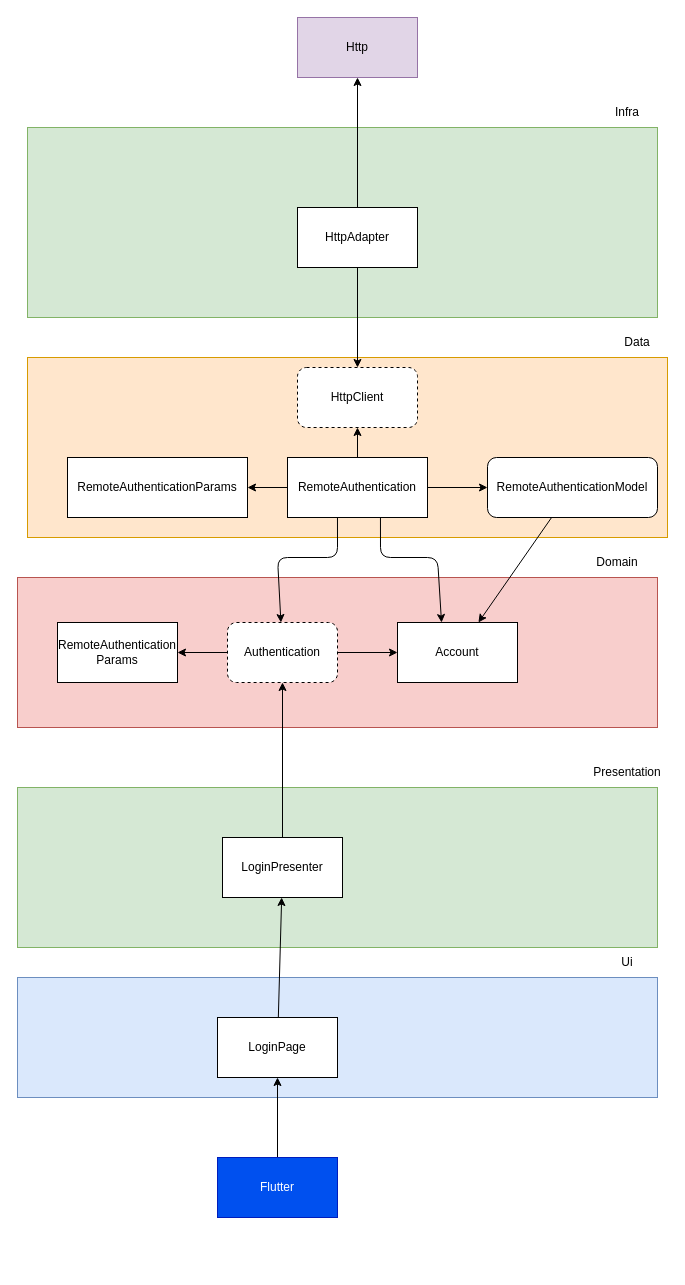
Above: docs/diagram.drawio in Luke0195/clean_flutter (draw.io), before the change. Source tidied: cells renumbered, new cells numbered last; positions are measured from the earlier drawing's top-left corner, leaving out a move shared by most shapes. Both pictures are drawn from the tidied source at 100%, with x=0, y=0 at pixel (17, 17).
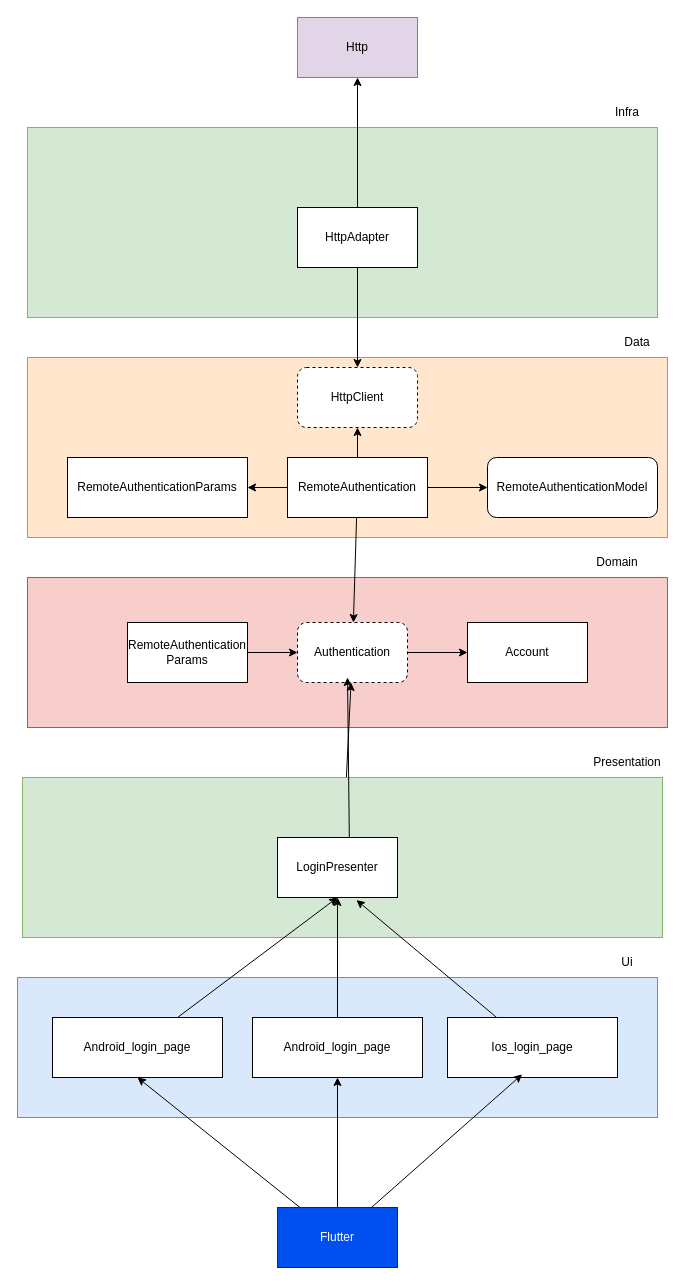
The same diagram, later.

The change refers to these unchanged cells:
```xml
<mxCell id="14" value="RemoteAuthentication" style="rounded=0;whiteSpace=wrap;html=1;" parent="1" vertex="1">
  <mxGeometry x="270" y="440" width="140" height="60" as="geometry" />
</mxCell>
<mxCell id="18" value="RemoteAuthenticationModel" style="rounded=1;whiteSpace=wrap;html=1;" parent="1" vertex="1">
  <mxGeometry x="470" y="440" width="170" height="60" as="geometry" />
</mxCell>
```

The edit, as a diff of the source:
```diff
@@
     <mxCell id="2" style="rounded=0;whiteSpace=wrap;html=1;fillColor=#f8cecc;strokeColor=#b85450;" parent="1" vertex="1">
-      <mxGeometry y="560" width="640" height="150" as="geometry" />
+      <mxGeometry x="10" y="560" width="640" height="150" as="geometry" />
     </mxCell>
@@
-    <mxCell id="5" style="edgeStyle=none;html=1;" parent="1" edge="1" source="6" target="20">
-      <mxGeometry relative="1" as="geometry" />
+    <mxCell id="5" style="edgeStyle=none;html=1;" parent="1" edge="1" target="20">
+      <mxGeometry relative="1" as="geometry">
+        <mxPoint x="220" y="635" as="sourcePoint" />
+      </mxGeometry>
     </mxCell>
     <mxCell id="6" value="Authentication" style="rounded=1;whiteSpace=wrap;html=1;dashed=1;" parent="1" vertex="1">
-      <mxGeometry x="210" y="605" width="110" height="60" as="geometry" />
+      <mxGeometry x="280" y="605" width="110" height="60" as="geometry" />
     </mxCell>
@@
-    <mxCell id="9" style="edgeStyle=none;html=1;exitX=0.357;exitY=1;exitDx=0;exitDy=0;exitPerimeter=0;" parent="1" edge="1" source="14" target="6">
-      <mxGeometry relative="1" as="geometry">
-        <Array as="points">
-          <mxPoint x="320" y="540" />
-          <mxPoint x="260" y="540" />
-        </Array>
-      </mxGeometry>
-    </mxCell>
-    <mxCell id="10" style="edgeStyle=none;html=1;entryX=0.367;entryY=0;entryDx=0;entryDy=0;exitX=0.664;exitY=0.967;exitDx=0;exitDy=0;exitPerimeter=0;entryPerimeter=0;" parent="1" edge="1" source="14" target="15">
-      <mxGeometry relative="1" as="geometry">
-        <Array as="points">
-          <mxPoint x="363" y="540" />
-          <mxPoint x="420" y="540" />
-        </Array>
-      </mxGeometry>
-    </mxCell>
@@
+    <mxCell id="9" style="edgeStyle=none;html=1;" parent="1" edge="1" source="14" target="6">
+      <mxGeometry relative="1" as="geometry" />
+    </mxCell>
@@
     <mxCell id="15" value="Account" style="rounded=0;whiteSpace=wrap;html=1;" parent="1" vertex="1">
-      <mxGeometry x="380" y="605" width="120" height="60" as="geometry" />
+      <mxGeometry x="450" y="605" width="120" height="60" as="geometry" />
     </mxCell>
@@
-    <mxCell id="17" style="edgeStyle=none;html=1;" parent="1" edge="1" source="18" target="15">
-      <mxGeometry relative="1" as="geometry" />
-    </mxCell>
@@
+    <mxCell id="37" style="edgeStyle=none;html=1;" parent="1" edge="1" source="20" target="6">
+      <mxGeometry relative="1" as="geometry" />
+    </mxCell>
     <mxCell id="20" value="RemoteAuthentication&lt;div&gt;Params&lt;/div&gt;" style="rounded=0;whiteSpace=wrap;html=1;" parent="1" vertex="1">
-      <mxGeometry x="40" y="605" width="120" height="60" as="geometry" />
+      <mxGeometry x="110" y="605" width="120" height="60" as="geometry" />
     </mxCell>
@@
+    <mxCell id="38" style="edgeStyle=none;html=1;" parent="1" edge="1" source="27" target="6">
+      <mxGeometry relative="1" as="geometry" />
+    </mxCell>
     <mxCell id="27" style="rounded=0;whiteSpace=wrap;html=1;fillColor=#d5e8d4;strokeColor=#82b366;" parent="1" vertex="1">
-      <mxGeometry y="770" width="640" height="160" as="geometry" />
+      <mxGeometry x="5" y="760" width="640" height="160" as="geometry" />
     </mxCell>
     <mxCell id="28" value="Presentation" style="text;html=1;align=center;verticalAlign=middle;whiteSpace=wrap;rounded=0;" parent="1" vertex="1">
-      <mxGeometry x="580" y="740" width="60" height="30" as="geometry" />
+      <mxGeometry x="580" y="730" width="60" height="30" as="geometry" />
     </mxCell>
-    <mxCell id="29" style="edgeStyle=none;html=1;" parent="1" edge="1" source="30" target="6">
+    <mxCell id="29" style="edgeStyle=none;html=1;entryX=0.455;entryY=0.917;entryDx=0;entryDy=0;entryPerimeter=0;exitX=0.599;exitY=0.09;exitDx=0;exitDy=0;exitPerimeter=0;" parent="1" edge="1" source="30" target="6">
       <mxGeometry relative="1" as="geometry" />
     </mxCell>
     <mxCell id="30" value="LoginPresenter" style="rounded=0;whiteSpace=wrap;html=1;" parent="1" vertex="1">
-      <mxGeometry x="205" y="820" width="120" height="60" as="geometry" />
+      <mxGeometry x="260" y="820" width="120" height="60" as="geometry" />
     </mxCell>
     <mxCell id="31" style="rounded=0;whiteSpace=wrap;html=1;fillColor=#dae8fc;strokeColor=#6c8ebf;" parent="1" vertex="1">
-      <mxGeometry y="960" width="640" height="120" as="geometry" />
+      <mxGeometry y="960" width="640" height="140" as="geometry" />
     </mxCell>
@@
-    <mxCell id="34" value="LoginPage" style="rounded=0;whiteSpace=wrap;html=1;" parent="1" vertex="1">
-      <mxGeometry x="200" y="1000" width="120" height="60" as="geometry" />
+    <mxCell id="34" value="Android_login_page" style="rounded=0;whiteSpace=wrap;html=1;" parent="1" vertex="1">
+      <mxGeometry x="235" y="1000" width="170" height="60" as="geometry" />
     </mxCell>
@@
+    <mxCell id="39" style="edgeStyle=none;html=1;entryX=0.5;entryY=1;entryDx=0;entryDy=0;" parent="1" edge="1" source="36" target="42">
+      <mxGeometry relative="1" as="geometry" />
+    </mxCell>
     <mxCell id="36" value="Flutter" style="rounded=0;whiteSpace=wrap;html=1;fillColor=#0050ef;fontColor=#ffffff;strokeColor=#001DBC;" parent="1" vertex="1">
-      <mxGeometry x="200" y="1140" width="120" height="60" as="geometry" />
+      <mxGeometry x="260" y="1190" width="120" height="60" as="geometry" />
     </mxCell>
+    <mxCell id="40" value="Ios_login_page" style="rounded=0;whiteSpace=wrap;html=1;" parent="1" vertex="1">
+      <mxGeometry x="430" y="1000" width="170" height="60" as="geometry" />
+    </mxCell>
+    <mxCell id="41" style="edgeStyle=none;html=1;entryX=0.5;entryY=1;entryDx=0;entryDy=0;" parent="1" edge="1" source="42" target="30">
+      <mxGeometry relative="1" as="geometry" />
+    </mxCell>
+    <mxCell id="42" value="Android_login_page" style="rounded=0;whiteSpace=wrap;html=1;" parent="1" vertex="1">
+      <mxGeometry x="35" y="1000" width="170" height="60" as="geometry" />
+    </mxCell>
+    <mxCell id="43" style="edgeStyle=none;html=1;entryX=0.439;entryY=0.948;entryDx=0;entryDy=0;entryPerimeter=0;" parent="1" edge="1" source="36" target="40">
+      <mxGeometry relative="1" as="geometry" />
+    </mxCell>
+    <mxCell id="44" style="edgeStyle=none;html=1;entryX=0.658;entryY=1.043;entryDx=0;entryDy=0;entryPerimeter=0;" parent="1" edge="1" source="40" target="30">
+      <mxGeometry relative="1" as="geometry" />
+    </mxCell>
```
